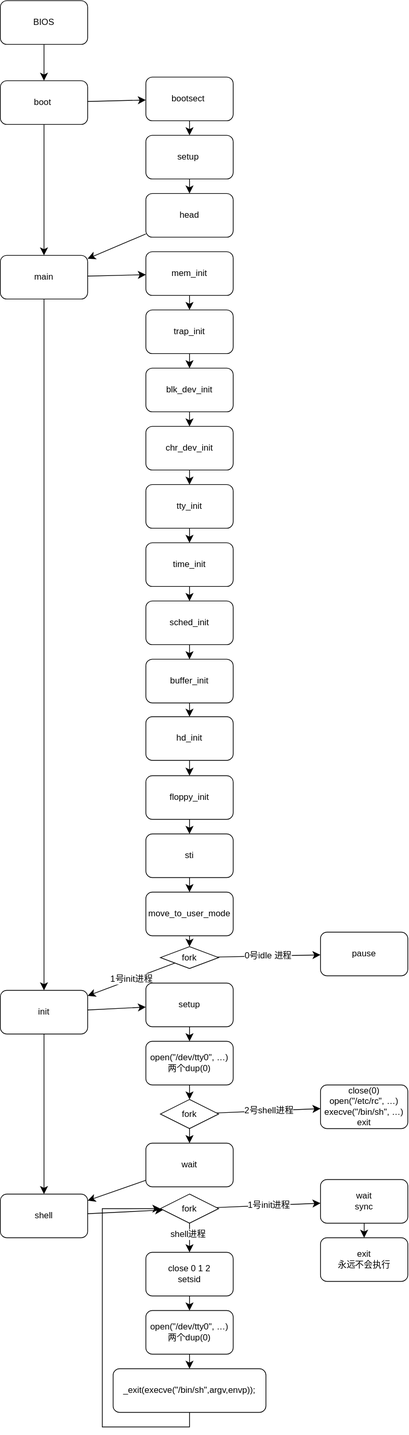
Before: demo.drawio.svg, a diagram exported from draw.io (chenxi829/draw_many_pic). Source tidied: cells renumbered, new cells last; positions are measured from the earlier drawing's top-left corner, leaving out a move shared by most shapes.
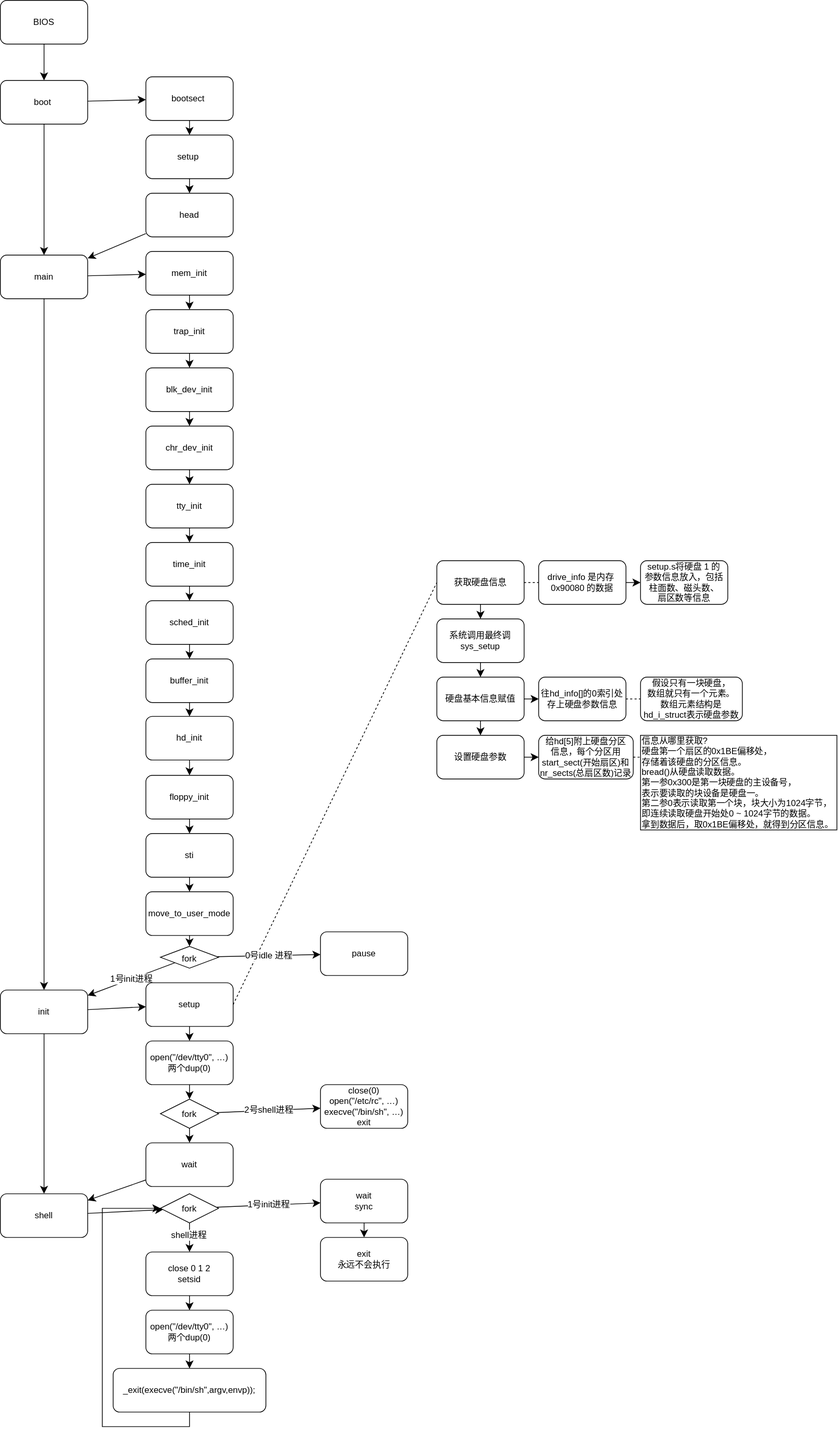
After the commit.

What changed in the source:
```diff
@@ -1,6 +1,68 @@
 <mxGraphModel>
   <root>
     <mxCell id="0" />
+    <mxCell id="72" parent="0" />
+    <mxCell id="73" style="edgeStyle=none;curved=1;rounded=0;jettySize=auto;html=1;fontSize=12;startSize=8;endSize=8;" parent="72" edge="1" source="74" target="77">
+      <mxGeometry relative="1" as="geometry" />
+    </mxCell>
+    <mxCell id="74" value="获取硬盘信息" style="rounded=1;whiteSpace=wrap;html=1;" parent="72" vertex="1">
+      <mxGeometry x="600" y="770" width="120" height="60" as="geometry" />
+    </mxCell>
+    <mxCell id="75" style="endArrow=none;dashed=1;html=1;rounded=0;fontSize=12;startSize=8;endSize=8;curved=1;exitX=1;exitY=0.5;exitDx=0;exitDy=0;entryX=0;entryY=0.5;entryDx=0;entryDy=0;" parent="72" edge="1" source="47" target="74">
+      <mxGeometry relative="1" as="geometry" />
+    </mxCell>
+    <mxCell id="76" style="edgeStyle=none;curved=1;rounded=0;jettySize=auto;html=1;fontSize=12;startSize=8;endSize=8;" parent="72" edge="1" source="77" target="84">
+      <mxGeometry relative="1" as="geometry" />
+    </mxCell>
+    <mxCell id="77" value="系统调用最终调&lt;div&gt;sys_setup&lt;br&gt;&lt;/div&gt;" style="whiteSpace=wrap;html=1;rounded=1;" parent="72" vertex="1">
+      <mxGeometry x="600" y="850" width="120" height="60" as="geometry" />
+    </mxCell>
+    <mxCell id="78" style="edgeStyle=none;curved=1;rounded=0;jettySize=auto;html=1;fontSize=12;startSize=8;endSize=8;" parent="72" edge="1" source="79" target="80">
+      <mxGeometry relative="1" as="geometry" />
+    </mxCell>
+    <mxCell id="79" value="drive_info 是内存&amp;nbsp;&lt;div&gt;0x90080 的数据&lt;/div&gt;" style="whiteSpace=wrap;html=1;rounded=1;" parent="72" vertex="1">
+      <mxGeometry x="740" y="770" width="120" height="60" as="geometry" />
+    </mxCell>
+    <mxCell id="80" value="setup.s将硬盘 1 的&lt;div&gt;参数信息放入，包括&lt;/div&gt;&lt;div&gt;柱面数、磁头数、&lt;/div&gt;&lt;div&gt;扇区数等信息&lt;/div&gt;" style="whiteSpace=wrap;html=1;rounded=1;" parent="72" vertex="1">
+      <mxGeometry x="880" y="770" width="120" height="60" as="geometry" />
+    </mxCell>
+    <mxCell id="81" style="endArrow=none;dashed=1;html=1;rounded=0;fontSize=12;startSize=8;endSize=8;curved=1;exitX=1;exitY=0.5;exitDx=0;exitDy=0;entryX=0;entryY=0.5;entryDx=0;entryDy=0;" parent="72" edge="1" source="74" target="79">
+      <mxGeometry relative="1" as="geometry" />
+    </mxCell>
+    <mxCell id="82" style="edgeStyle=none;curved=1;rounded=0;jettySize=auto;html=1;fontSize=12;startSize=8;endSize=8;" parent="72" edge="1" source="84" target="85">
+      <mxGeometry relative="1" as="geometry" />
+    </mxCell>
+    <mxCell id="83" style="edgeStyle=none;curved=1;rounded=0;jettySize=auto;html=1;fontSize=12;startSize=8;endSize=8;" parent="72" edge="1" source="84" target="89">
+      <mxGeometry relative="1" as="geometry" />
+    </mxCell>
+    <mxCell id="84" value="硬盘基本信息赋值" style="whiteSpace=wrap;html=1;rounded=1;" parent="72" vertex="1">
+      <mxGeometry x="600" y="930" width="120" height="60" as="geometry" />
+    </mxCell>
+    <mxCell id="85" value="往hd_info[]的0索引处&lt;div&gt;存上硬盘参数信息&lt;/div&gt;" style="whiteSpace=wrap;html=1;rounded=1;" parent="72" vertex="1">
+      <mxGeometry x="740" y="930" width="120" height="60" as="geometry" />
+    </mxCell>
+    <mxCell id="86" value="假设只有一块硬盘，&lt;div&gt;数组就只有一个元素。&lt;/div&gt;&lt;div&gt;数组元素结构是&lt;/div&gt;&lt;div&gt;hd_i_struct表示硬盘参数&lt;/div&gt;" style="whiteSpace=wrap;html=1;rounded=1;" parent="72" vertex="1">
+      <mxGeometry x="880" y="930" width="140" height="60" as="geometry" />
+    </mxCell>
+    <mxCell id="87" style="endArrow=none;dashed=1;html=1;rounded=0;fontSize=12;startSize=8;endSize=8;curved=1;exitX=1;exitY=0.5;exitDx=0;exitDy=0;entryX=0;entryY=0.5;entryDx=0;entryDy=0;" parent="72" edge="1" source="85" target="86">
+      <mxGeometry relative="1" as="geometry" />
+    </mxCell>
+    <mxCell id="88" style="edgeStyle=none;curved=1;rounded=0;jettySize=auto;html=1;fontSize=12;startSize=8;endSize=8;" parent="72" edge="1" source="89" target="90">
+      <mxGeometry relative="1" as="geometry" />
+    </mxCell>
+    <mxCell id="89" value="设置硬盘参数" style="whiteSpace=wrap;html=1;rounded=1;" parent="72" vertex="1">
+      <mxGeometry x="600" y="1010" width="120" height="60" as="geometry" />
+    </mxCell>
+    <mxCell id="90" value="给hd[5]附上硬盘分区&lt;div&gt;信息，每个分区用&lt;/div&gt;&lt;div&gt;start_sect(开始扇区)和&lt;/div&gt;&lt;div&gt;nr_sects(总扇区数)记录&lt;/div&gt;" style="whiteSpace=wrap;html=1;rounded=1;" parent="72" vertex="1">
+      <mxGeometry x="740" y="1010" width="130" height="60" as="geometry" />
+    </mxCell>
+    <mxCell id="91" value="信息从哪里获取?&lt;div&gt;硬盘第一个扇区的0x1BE偏移处，&lt;/div&gt;&lt;div&gt;存储着该硬盘的分区信息。&lt;div&gt;bread()从硬盘读取数据。&lt;/div&gt;&lt;div&gt;第一参0x300是第一块硬盘的主设备号，&lt;/div&gt;&lt;div&gt;表示要读取的块设备是硬盘一。&lt;/div&gt;&lt;div&gt;第二参0表示读取第一个块，块大小为1024字节，&lt;/div&gt;&lt;div&gt;即连续读取硬盘开始处0 ~ 1024字节的数据。&lt;/div&gt;&lt;div&gt;拿到数据后，取0x1BE偏移处，就得到分区信息。&lt;/div&gt;&lt;/div&gt;" style="rounded=0;whiteSpace=wrap;html=1;align=left;" parent="72" vertex="1">
+      <mxGeometry x="880" y="1010" width="270" height="130" as="geometry" />
+    </mxCell>
+    <mxCell id="92" style="endArrow=none;dashed=1;html=1;rounded=0;fontSize=12;startSize=8;endSize=8;curved=1;exitX=1;exitY=0.5;exitDx=0;exitDy=0;entryX=0;entryY=0.231;entryDx=0;entryDy=0;entryPerimeter=0;" parent="72" edge="1" source="90" target="91">
+      <mxGeometry relative="1" as="geometry" />
+    </mxCell>
+    <mxCell id="93" parent="0" />
     <mxCell id="1" value="总流程" parent="0" />
     <mxCell id="2" value="BIOS" style="rounded=1;whiteSpace=wrap;html=1;" parent="1" vertex="1">
       <mxGeometry width="120" height="60" as="geometry" />
```
